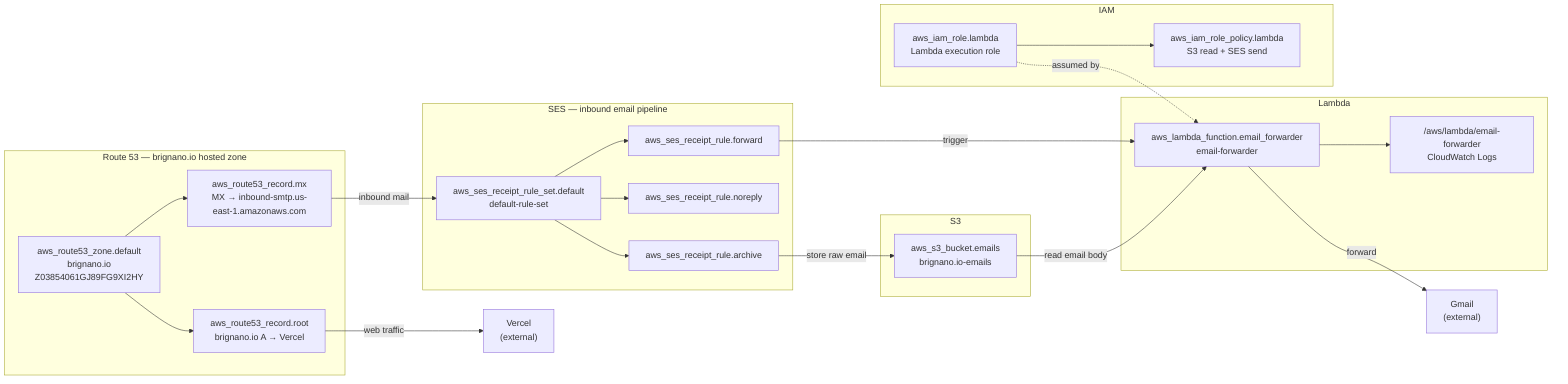
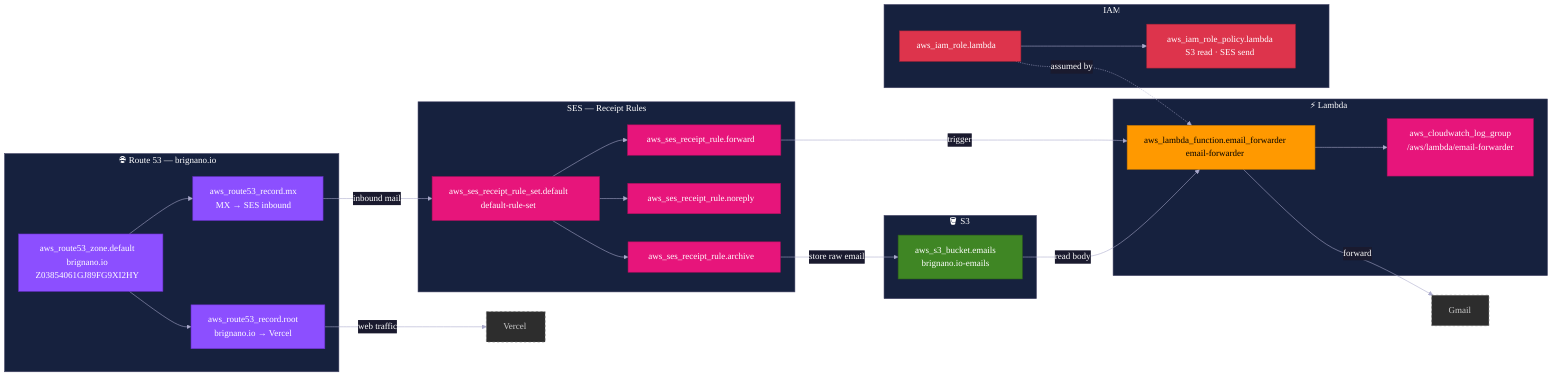
+ %%{init: {
+   "theme": "base",
+   "themeVariables": {
+     "primaryColor": "#1a1a2e",
+     "primaryTextColor": "#ffffff",
+     "primaryBorderColor": "#444466",
+     "lineColor": "#aaaacc",
+     "secondaryColor": "#16213e",
+     "tertiaryColor": "#0f3460",
+     "background": "#1a1a2e",
+     "mainBkg": "#1a1a2e",
+     "nodeBorder": "#444466",
+     "clusterBkg": "#16213e",
+     "clusterBorder": "#444466",
+     "titleColor": "#ffffff",
+     "edgeLabelBackground": "#1a1a2e",
+     "fontFamily": "ui-monospace, monospace"
+   }
+ }}%%
flowchart LR
-   subgraph DNS[Route 53 — brignano.io hosted zone]
+   classDef route53    fill:#8C4FFF,stroke:#6B2FCC,color:#fff
+   classDef ses        fill:#E7157B,stroke:#B00D5E,color:#fff
+   classDef s3         fill:#3F8624,stroke:#2D6119,color:#fff
+   classDef lambda     fill:#FF9900,stroke:#CC7A00,color:#000
+   classDef iam        fill:#DD344C,stroke:#AA2438,color:#fff
+   classDef cloudwatch fill:#E7157B,stroke:#B00D5E,color:#fff
+   classDef external   fill:#2d2d2d,stroke:#666,color:#ccc,stroke-dasharray:4
+ 
+   subgraph DNS["🌐 Route 53 — brignano.io"]
    Zone["aws_route53_zone.default\nbrignano.io\nZ03854061GJ89FG9XI2HY"]
-     WebRecord["aws_route53_record.root\nbrignano.io A → Vercel"]
-     MailRecord["aws_route53_record.mx\nMX → inbound-smtp.us-east-1.amazonaws.com"]
+     WebRecord["aws_route53_record.root\nbrignano.io → Vercel"]
+     MailRecord["aws_route53_record.mx\nMX → SES inbound"]
    Zone --> WebRecord
    Zone --> MailRecord
  end

-   subgraph Email[SES — inbound email pipeline]
-     SES["aws_ses_receipt_rule_set.default\ndefault-rule-set"]
+   subgraph Email["📧 SES — Receipt Rules"]
+     RuleSet["aws_ses_receipt_rule_set.default\ndefault-rule-set"]
    RuleForward["aws_ses_receipt_rule.forward"]
    RuleNoreply["aws_ses_receipt_rule.noreply"]
    RuleArchive["aws_ses_receipt_rule.archive"]
-     SES --> RuleForward
-     SES --> RuleNoreply
-     SES --> RuleArchive
+     RuleSet --> RuleForward & RuleNoreply & RuleArchive
  end

-   subgraph Storage[S3]
+   subgraph Storage["🪣 S3"]
    Bucket["aws_s3_bucket.emails\nbrignano.io-emails"]
  end

-   subgraph Compute[Lambda]
+   subgraph Compute["⚡ Lambda"]
    Fn["aws_lambda_function.email_forwarder\nemail-forwarder"]
-     Logs["/aws/lambda/email-forwarder\nCloudWatch Logs"]
+     Logs["aws_cloudwatch_log_group\n/aws/lambda/email-forwarder"]
    Fn --> Logs
  end

-   subgraph Perms[IAM]
-     Role["aws_iam_role.lambda\nLambda execution role"]
-     Policy["aws_iam_role_policy.lambda\nS3 read + SES send"]
+   subgraph Perms["🔐 IAM"]
+     Role["aws_iam_role.lambda"]
+     Policy["aws_iam_role_policy.lambda\nS3 read · SES send"]
    Role --> Policy
  end

-   Vercel["Vercel\n(external)"]
-   Gmail["Gmail\n(external)"]
+   Vercel["Vercel"]:::external
+   Gmail["Gmail"]:::external

-   MailRecord -->|"inbound mail"| SES
-   WebRecord -->|"web traffic"| Vercel
-   RuleArchive -->|"store raw email"| Bucket
-   RuleForward -->|"trigger"| Fn
-   Bucket -->|"read email body"| Fn
-   Fn -->|"forward"| Gmail
-   Role -.->|"assumed by"| Fn
+   MailRecord -->|inbound mail| RuleSet
+   WebRecord -->|web traffic| Vercel
+   RuleArchive -->|store raw email| Bucket
+   RuleForward -->|trigger| Fn
+   Bucket -->|read body| Fn
+   Fn -->|forward| Gmail
+   Role -.->|assumed by| Fn
+ 
+   class Zone,WebRecord,MailRecord route53
+   class RuleSet,RuleForward,RuleNoreply,RuleArchive,Logs ses
+   class Bucket s3
+   class Fn lambda
+   class Role,Policy iam
